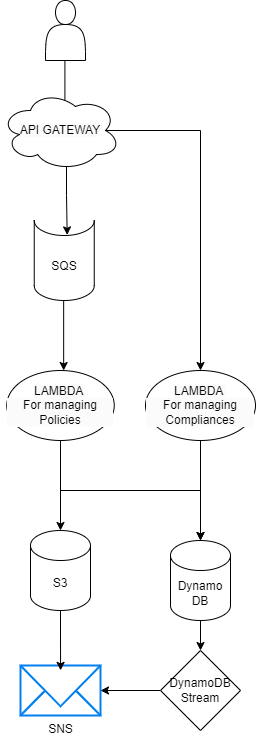
The draw.io diagram images/Untitled Diagram.drawio.png in arashghezavati/aws-serverless-dashboard, before a commit. Source tidied: cells renumbered, new cells last; positions are measured from the earlier drawing's top-left corner, leaving out a move shared by most shapes.
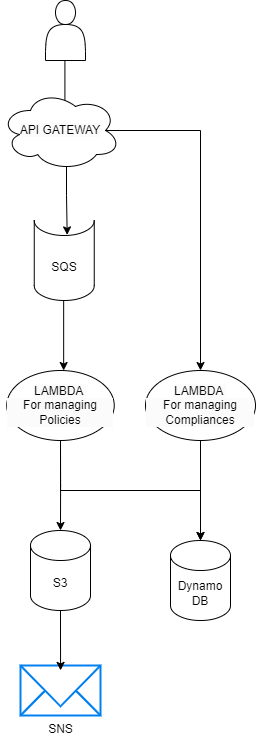
Above is the later version.

Diff of the diagram source:
```diff
@@ -14,18 +14,9 @@
         <mxPoint x="64.4" y="160" as="targetPoint" />
       </mxGeometry>
     </mxCell>
-    <mxCell id="4" style="edgeStyle=orthogonalEdgeStyle;rounded=0;jettySize=auto;html=1;exitX=0.5;exitY=1;exitDx=0;exitDy=0;exitPerimeter=0;entryX=0.5;entryY=0;entryDx=0;entryDy=0;" parent="1" edge="1" source="5" target="7">
-      <mxGeometry relative="1" as="geometry" />
-    </mxCell>
     <mxCell id="5" value="Dynamo DB" style="shape=cylinder3;whiteSpace=wrap;html=1;boundedLbl=1;backgroundOutline=1;size=15;" parent="1" vertex="1">
       <mxGeometry x="170" y="540" width="60" height="80" as="geometry" />
     </mxCell>
-    <mxCell id="6" style="edgeStyle=orthogonalEdgeStyle;rounded=0;jettySize=auto;html=1;" parent="1" edge="1" source="7" target="15">
-      <mxGeometry relative="1" as="geometry" />
-    </mxCell>
-    <mxCell id="7" value="DynamoDB Stream" style="rhombus;whiteSpace=wrap;html=1;" parent="1" vertex="1">
-      <mxGeometry x="160" y="650" width="80" height="80" as="geometry" />
-    </mxCell>
     <mxCell id="8" style="edgeStyle=orthogonalEdgeStyle;rounded=0;jettySize=auto;html=1;exitX=0.875;exitY=0.5;exitDx=0;exitDy=0;exitPerimeter=0;entryX=0.5;entryY=0;entryDx=0;entryDy=0;" parent="1" edge="1" source="9" target="13">
       <mxGeometry relative="1" as="geometry" />
     </mxCell>
```
